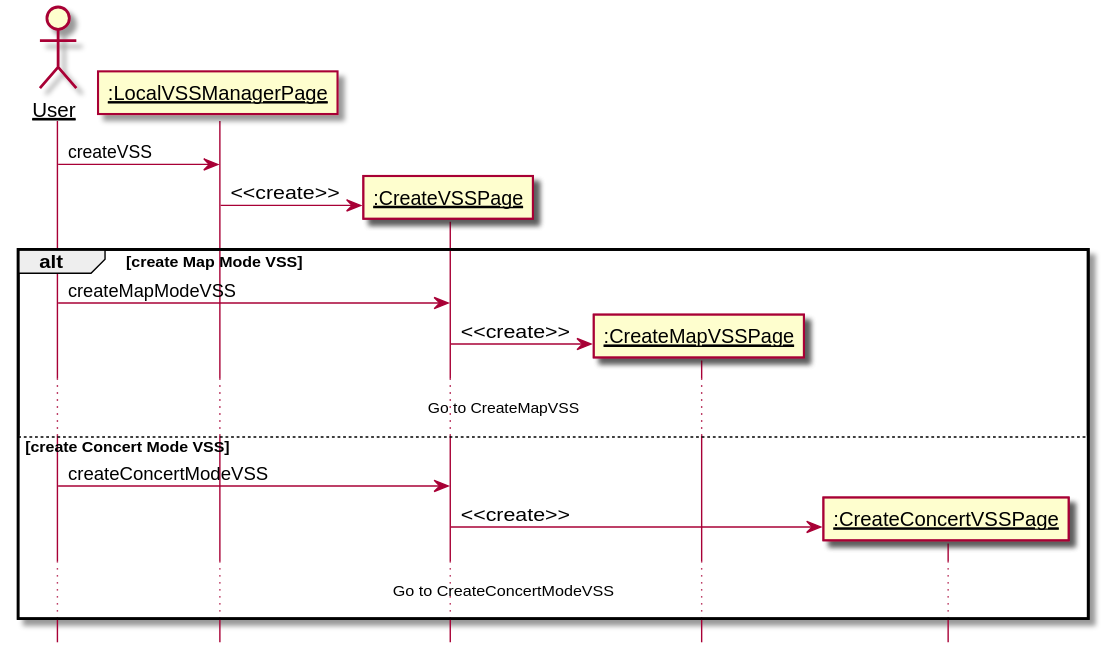
kpp19920121/doc keeps this PlantUML diagram as 需求定义和分析/CreateVSS.svg. Above is the earlier version.
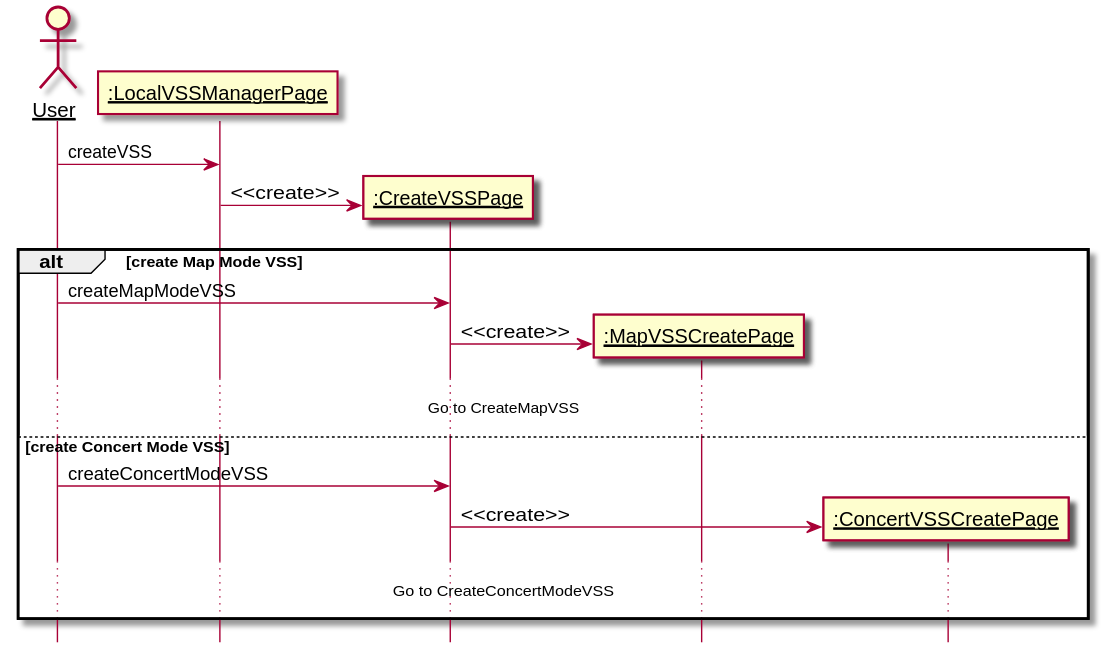
Above is the later version.

What changed in the source:
```diff
@@ -5,8 +5,8 @@
 actor User as user
 participant ":LocalVSSManagerPage" as manage
 participant ":CreateVSSPage" as page
-participant ":CreateMapVSSPage" as map
-participant ":CreateConcertVSSPage" as concert
+participant ":MapVSSCreatePage" as map
+participant ":ConcertVSSCreatePage" as concert
 
 user -> manage: createVSS
 create page
```
